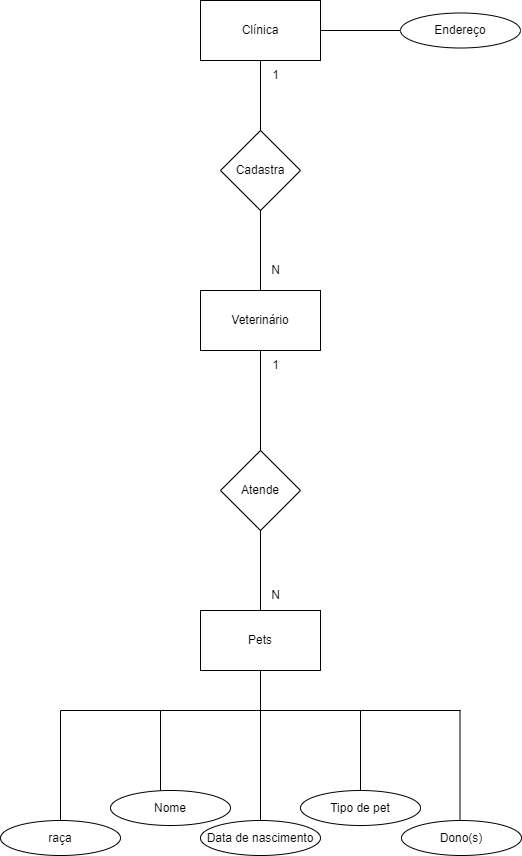
Pedrohbedin/SENAI keeps this draw.io diagram as 2 Semestre/Sprint 1/sprint-1-bd/exercicios/1.3-exercicio-pclinics/1.3.drawio.png. Above is the earlier version. Source tidied: cells renumbered, new cells last; positions are measured from the earlier drawing's top-left corner, leaving out a move shared by most shapes.
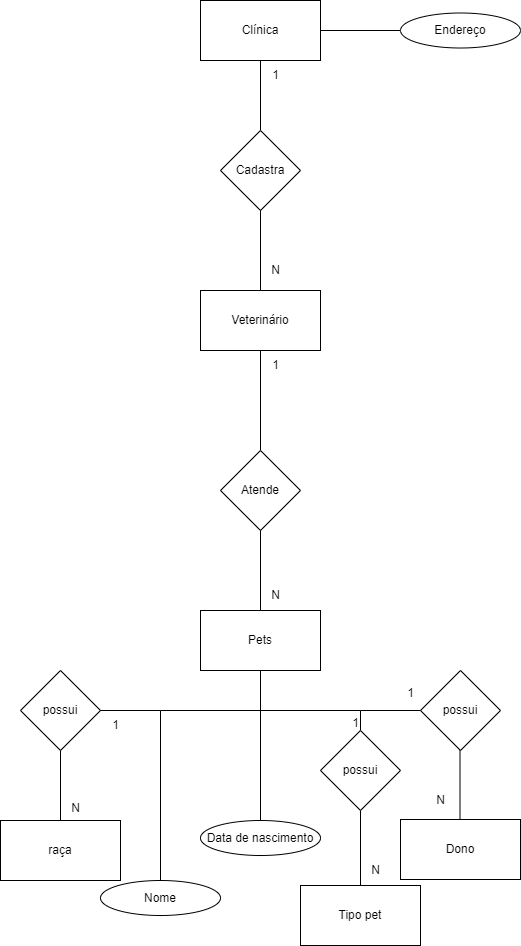
The same file after the commit.

Change to the diagram source:
```diff
@@ -52,25 +52,21 @@
         <mxPoint x="270" y="710" as="targetPoint" />
       </mxGeometry>
     </mxCell>
-    <mxCell id="14" style="endArrow=none;html=1;rounded=0;" parent="1" edge="1">
-      <mxGeometry relative="1" as="geometry">
-        <mxPoint x="360" y="790" as="sourcePoint" />
-        <mxPoint x="360" y="710" as="targetPoint" />
-      </mxGeometry>
+    <mxCell id="14" style="endArrow=none;html=1;rounded=0;" parent="1" edge="1" source="41" target="39">
+      <mxGeometry relative="1" as="geometry" />
     </mxCell>
     <mxCell id="15" style="endArrow=none;html=1;rounded=0;" parent="1" edge="1" source="19">
       <mxGeometry relative="1" as="geometry">
         <mxPoint x="260" y="710" as="targetPoint" />
       </mxGeometry>
     </mxCell>
-    <mxCell id="16" style="endArrow=none;html=1;rounded=0;" parent="1" edge="1">
+    <mxCell id="16" style="endArrow=none;html=1;rounded=0;exitX=0.5;exitY=0;exitDx=0;exitDy=0;" parent="1" edge="1" source="17">
       <mxGeometry relative="1" as="geometry">
-        <mxPoint x="160" y="790" as="sourcePoint" />
         <mxPoint x="160" y="710" as="targetPoint" />
       </mxGeometry>
     </mxCell>
     <mxCell id="17" value="Nome" style="ellipse;whiteSpace=wrap;html=1;" parent="1" vertex="1">
-      <mxGeometry x="110" y="790" width="120" height="35" as="geometry" />
+      <mxGeometry x="100" y="880" width="120" height="35" as="geometry" />
     </mxCell>
     <mxCell id="18" style="endArrow=none;html=1;rounded=0;" parent="1" edge="1" target="19">
       <mxGeometry relative="1" as="geometry">
@@ -80,9 +76,6 @@
     <mxCell id="19" value="Data de nascimento" style="ellipse;whiteSpace=wrap;html=1;" parent="1" vertex="1">
       <mxGeometry x="200" y="820" width="120" height="35" as="geometry" />
     </mxCell>
-    <mxCell id="20" value="Tipo de pet" style="ellipse;whiteSpace=wrap;html=1;" parent="1" vertex="1">
-      <mxGeometry x="300" y="790" width="120" height="35" as="geometry" />
-    </mxCell>
     <mxCell id="21" style="endArrow=none;html=1;rounded=0;" parent="1" edge="1">
       <mxGeometry relative="1" as="geometry">
         <mxPoint x="360" y="710" as="sourcePoint" />
@@ -101,18 +94,14 @@
         <mxPoint x="459.5" y="710" as="targetPoint" />
       </mxGeometry>
     </mxCell>
-    <mxCell id="24" style="endArrow=none;html=1;rounded=0;" parent="1" edge="1">
+    <mxCell id="24" style="endArrow=none;html=1;rounded=0;" parent="1" edge="1" source="34">
       <mxGeometry relative="1" as="geometry">
-        <mxPoint x="60" y="820" as="sourcePoint" />
         <mxPoint x="60" y="710" as="targetPoint" />
       </mxGeometry>
     </mxCell>
     <mxCell id="25" value="raça" style="ellipse;whiteSpace=wrap;html=1;" parent="1" vertex="1">
       <mxGeometry y="820" width="120" height="35" as="geometry" />
     </mxCell>
-    <mxCell id="26" value="Dono(s)" style="ellipse;whiteSpace=wrap;html=1;" parent="1" vertex="1">
-      <mxGeometry x="401" y="820" width="120" height="35" as="geometry" />
-    </mxCell>
     <mxCell id="27" value="Veterinário" style="rounded=0;whiteSpace=wrap;html=1;" parent="1" vertex="1">
       <mxGeometry x="200" y="290" width="120" height="60" as="geometry" />
     </mxCell>
@@ -135,5 +124,51 @@
     <mxCell id="32" value="N" style="text;html=1;align=center;verticalAlign=middle;strokeColor=none;fillColor=none;" parent="1" vertex="1">
       <mxGeometry x="260" y="580" width="30" height="30" as="geometry" />
     </mxCell>
+    <mxCell id="33" style="endArrow=none;html=1;rounded=0;" parent="1" edge="1" target="34">
+      <mxGeometry relative="1" as="geometry">
+        <mxPoint x="60" y="820" as="sourcePoint" />
+      </mxGeometry>
+    </mxCell>
+    <mxCell id="34" value="possui" style="rhombus;whiteSpace=wrap;html=1;" parent="1" vertex="1">
+      <mxGeometry x="20" y="670" width="80" height="80" as="geometry" />
+    </mxCell>
+    <mxCell id="35" value="1" style="text;html=1;align=center;verticalAlign=middle;strokeColor=none;fillColor=none;" parent="1" vertex="1">
+      <mxGeometry x="100" y="710" width="30" height="30" as="geometry" />
+    </mxCell>
+    <mxCell id="36" value="N" style="text;html=1;align=center;verticalAlign=middle;strokeColor=none;fillColor=none;" parent="1" vertex="1">
+      <mxGeometry x="60" y="792.5" width="30" height="30" as="geometry" />
+    </mxCell>
+    <mxCell id="37" value="raça" style="rounded=0;whiteSpace=wrap;html=1;" parent="1" vertex="1">
+      <mxGeometry y="820" width="120" height="60" as="geometry" />
+    </mxCell>
+    <mxCell id="38" value="Dono" style="rounded=0;whiteSpace=wrap;html=1;" parent="1" vertex="1">
+      <mxGeometry x="400" y="819" width="120" height="60" as="geometry" />
+    </mxCell>
+    <mxCell id="39" value="Tipo pet" style="rounded=0;whiteSpace=wrap;html=1;" parent="1" vertex="1">
+      <mxGeometry x="300" y="885" width="120" height="60" as="geometry" />
+    </mxCell>
+    <mxCell id="40" style="endArrow=none;html=1;rounded=0;" parent="1" edge="1" target="41">
+      <mxGeometry relative="1" as="geometry">
+        <mxPoint x="360" y="710" as="sourcePoint" />
+      </mxGeometry>
+    </mxCell>
+    <mxCell id="41" value="possui" style="rhombus;whiteSpace=wrap;html=1;" parent="1" vertex="1">
+      <mxGeometry x="320" y="730" width="80" height="80" as="geometry" />
+    </mxCell>
+    <mxCell id="42" value="possui" style="rhombus;whiteSpace=wrap;html=1;" parent="1" vertex="1">
+      <mxGeometry x="420" y="670" width="80" height="80" as="geometry" />
+    </mxCell>
+    <mxCell id="43" value="1" style="text;html=1;align=center;verticalAlign=middle;strokeColor=none;fillColor=none;" parent="1" vertex="1">
+      <mxGeometry x="395" y="678" width="30" height="30" as="geometry" />
+    </mxCell>
+    <mxCell id="44" value="1" style="text;html=1;align=center;verticalAlign=middle;strokeColor=none;fillColor=none;" parent="1" vertex="1">
+      <mxGeometry x="340" y="708" width="30" height="30" as="geometry" />
+    </mxCell>
+    <mxCell id="45" value="N" style="text;html=1;align=center;verticalAlign=middle;strokeColor=none;fillColor=none;" parent="1" vertex="1">
+      <mxGeometry x="425" y="785" width="30" height="30" as="geometry" />
+    </mxCell>
+    <mxCell id="46" value="N" style="text;html=1;align=center;verticalAlign=middle;strokeColor=none;fillColor=none;" parent="1" vertex="1">
+      <mxGeometry x="360" y="855" width="30" height="30" as="geometry" />
+    </mxCell>
   </root>
 </mxGraphModel>
```
